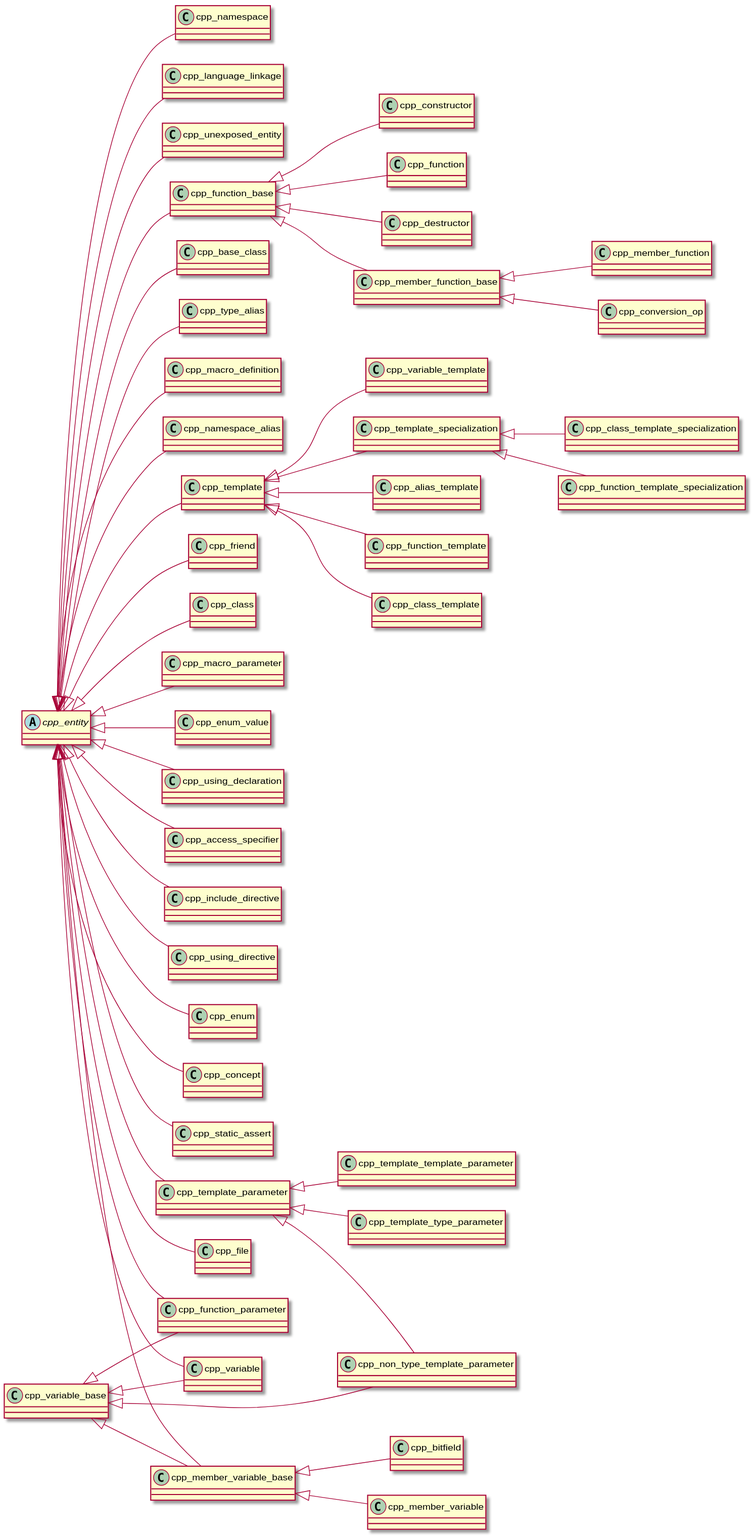
Above: cppast/puml/cpp_entity_class_hierarchy_diagram.svg in bkryza/clang-uml-examples (PlantUML), before the change.
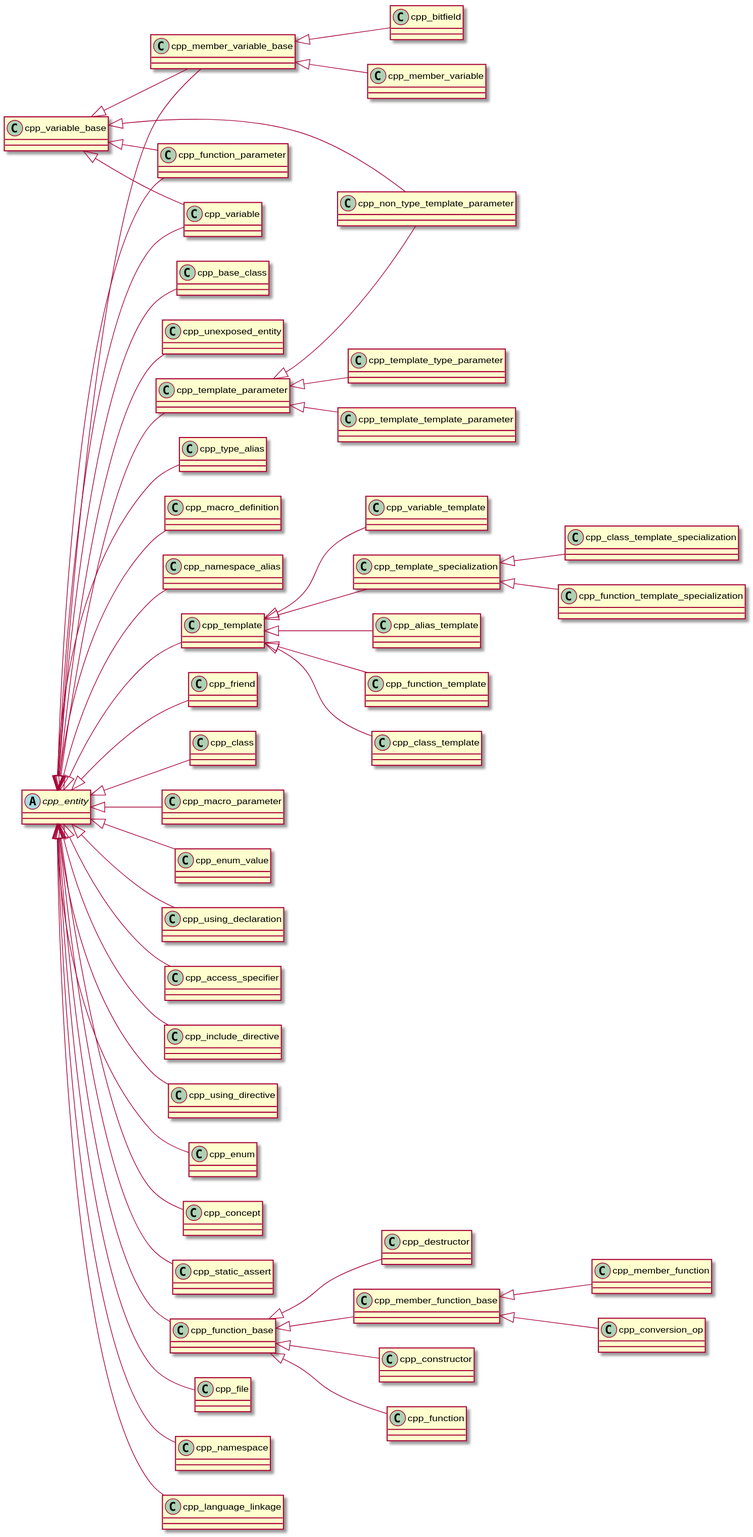
Above is the later version.

Diff of the diagram source:
```diff
@@ -1,13 +1,31 @@
 @startuml
 left to right direction
+abstract "cpp_entity" as C_0001854695372332280903
+abstract C_0001854695372332280903 [[https://github.com/foonathan/cppast/blob/f00df6675d87c6983033d270728c57a55cd3db22/include/cppast/cpp_entity.hpp#L47{cpp_entity}]] {
+}
+class "cpp_unexposed_entity" as C_0001449857709503654826
+class C_0001449857709503654826 [[https://github.com/foonathan/cppast/blob/f00df6675d87c6983033d270728c57a55cd3db22/include/cppast/cpp_entity.hpp#L187{cpp_unexposed_entity}]] {
+}
+class "cpp_variable_base" as C_0000184600132526931259
+class C_0000184600132526931259 [[https://github.com/foonathan/cppast/blob/f00df6675d87c6983033d270728c57a55cd3db22/include/cppast/cpp_variable_base.hpp#L16{cpp_variable_base}]] {
+}
+class "cpp_template_parameter" as C_0001158442798649543268
+class C_0001158442798649543268 [[https://github.com/foonathan/cppast/blob/f00df6675d87c6983033d270728c57a55cd3db22/include/cppast/cpp_template_parameter.hpp#L17{cpp_template_parameter}]] {
+}
+class "cpp_template_type_parameter" as C_0001672854013158225149
+class C_0001672854013158225149 [[https://github.com/foonathan/cppast/blob/f00df6675d87c6983033d270728c57a55cd3db22/include/cppast/cpp_template_parameter.hpp#L47{cpp_template_type_parameter}]] {
+}
+class "cpp_non_type_template_parameter" as C_0001461284658212381765
+class C_0001461284658212381765 [[https://github.com/foonathan/cppast/blob/f00df6675d87c6983033d270728c57a55cd3db22/include/cppast/cpp_template_parameter.hpp#L137{cpp_non_type_template_parameter}]] {
+}
+class "cpp_template_template_parameter" as C_0000753898560016921202
+class C_0000753898560016921202 [[https://github.com/foonathan/cppast/blob/f00df6675d87c6983033d270728c57a55cd3db22/include/cppast/cpp_template_parameter.hpp#L173{cpp_template_template_parameter}]] {
+}
 class "cpp_template" as C_0000007122300671081288
 class C_0000007122300671081288 [[https://github.com/foonathan/cppast/blob/f00df6675d87c6983033d270728c57a55cd3db22/include/cppast/cppast_fwd.hpp#L61{cpp_template}]] {
 }
 class "cpp_constructor" as C_0000093026110207222749
 class C_0000093026110207222749 [[https://github.com/foonathan/cppast/blob/f00df6675d87c6983033d270728c57a55cd3db22/include/cppast/cppast_fwd.hpp#L24{cpp_constructor}]] {
-}
-class "cpp_variable_base" as C_0000184600132526931259
-class C_0000184600132526931259 [[https://github.com/foonathan/cppast/blob/f00df6675d87c6983033d270728c57a55cd3db22/include/cppast/cppast_fwd.hpp#L79{cpp_variable_base}]] {
 }
 class "cpp_member_function" as C_0000204784596342006018
 class C_0000204784596342006018 [[https://github.com/foonathan/cppast/blob/f00df6675d87c6983033d270728c57a55cd3db22/include/cppast/cppast_fwd.hpp#L50{cpp_member_function}]] {
@@ -42,9 +60,6 @@
 class "cpp_include_directive" as C_0000710886303767961620
 class C_0000710886303767961620 [[https://github.com/foonathan/cppast/blob/f00df6675d87c6983033d270728c57a55cd3db22/include/cppast/cppast_fwd.hpp#L45{cpp_include_directive}]] {
 }
-class "cpp_template_template_parameter" as C_0000753898560016921202
-class C_0000753898560016921202 [[https://github.com/foonathan/cppast/blob/f00df6675d87c6983033d270728c57a55cd3db22/include/cppast/cppast_fwd.hpp#L67{cpp_template_template_parameter}]] {
-}
 class "cpp_using_directive" as C_0000884493087412892762
 class C_0000884493087412892762 [[https://github.com/foonathan/cppast/blob/f00df6675d87c6983033d270728c57a55cd3db22/include/cppast/cppast_fwd.hpp#L77{cpp_using_directive}]] {
 }
@@ -66,9 +81,6 @@
 class "cpp_bitfield" as C_0001142080746427367264
 class C_0001142080746427367264 [[https://github.com/foonathan/cppast/blob/f00df6675d87c6983033d270728c57a55cd3db22/include/cppast/cppast_fwd.hpp#L18{cpp_bitfield}]] {
 }
-class "cpp_template_parameter" as C_0001158442798649543268
-class C_0001158442798649543268 [[https://github.com/foonathan/cppast/blob/f00df6675d87c6983033d270728c57a55cd3db22/include/cppast/cppast_fwd.hpp#L64{cpp_template_parameter}]] {
-}
 class "cpp_function_base" as C_0001223070325447825853
 class C_0001223070325447825853 [[https://github.com/foonathan/cppast/blob/f00df6675d87c6983033d270728c57a55cd3db22/include/cppast/cppast_fwd.hpp#L40{cpp_function_base}]] {
 }
@@ -87,14 +99,8 @@
 class "cpp_language_linkage" as C_0001368865032388034918
 class C_0001368865032388034918 [[https://github.com/foonathan/cppast/blob/f00df6675d87c6983033d270728c57a55cd3db22/include/cppast/cppast_fwd.hpp#L46{cpp_language_linkage}]] {
 }
-class "cpp_unexposed_entity" as C_0001449857709503654826
-class C_0001449857709503654826 [[https://github.com/foonathan/cppast/blob/f00df6675d87c6983033d270728c57a55cd3db22/include/cppast/cppast_fwd.hpp#L72{cpp_unexposed_entity}]] {
-}
 class "cpp_function_template" as C_0001450758198445278335
 class C_0001450758198445278335 [[https://github.com/foonathan/cppast/blob/f00df6675d87c6983033d270728c57a55cd3db22/include/cppast/cppast_fwd.hpp#L42{cpp_function_template}]] {
-}
-class "cpp_non_type_template_parameter" as C_0001461284658212381765
-class C_0001461284658212381765 [[https://github.com/foonathan/cppast/blob/f00df6675d87c6983033d270728c57a55cd3db22/include/cppast/cppast_fwd.hpp#L56{cpp_non_type_template_parameter}]] {
 }
 class "cpp_base_class" as C_0001513295345096619386
 class C_0001513295345096619386 [[https://github.com/foonathan/cppast/blob/f00df6675d87c6983033d270728c57a55cd3db22/include/cppast/cppast_fwd.hpp#L17{cpp_base_class}]] {
@@ -108,9 +114,6 @@
 class "cpp_macro_definition" as C_0001660861710076468858
 class C_0001660861710076468858 [[https://github.com/foonathan/cppast/blob/f00df6675d87c6983033d270728c57a55cd3db22/include/cppast/cppast_fwd.hpp#L48{cpp_macro_definition}]] {
 }
-class "cpp_template_type_parameter" as C_0001672854013158225149
-class C_0001672854013158225149 [[https://github.com/foonathan/cppast/blob/f00df6675d87c6983033d270728c57a55cd3db22/include/cppast/cppast_fwd.hpp#L68{cpp_template_type_parameter}]] {
-}
 class "cpp_variable" as C_0001714681292788161746
 class C_0001714681292788161746 [[https://github.com/foonathan/cppast/blob/f00df6675d87c6983033d270728c57a55cd3db22/include/cppast/cppast_fwd.hpp#L78{cpp_variable}]] {
 }
@@ -123,9 +126,6 @@
 class "cpp_member_function_base" as C_0001783488486496950492
 class C_0001783488486496950492 [[https://github.com/foonathan/cppast/blob/f00df6675d87c6983033d270728c57a55cd3db22/include/cppast/cppast_fwd.hpp#L51{cpp_member_function_base}]] {
 }
-abstract "cpp_entity" as C_0001854695372332280903
-abstract C_0001854695372332280903 [[https://github.com/foonathan/cppast/blob/f00df6675d87c6983033d270728c57a55cd3db22/include/cppast/cppast_fwd.hpp#L31{cpp_entity}]] {
-}
 class "cpp_function_template_specialization" as C_0001912174880347917630
 class C_0001912174880347917630 [[https://github.com/foonathan/cppast/blob/f00df6675d87c6983033d270728c57a55cd3db22/include/cppast/cppast_fwd.hpp#L43{cpp_function_template_specialization}]] {
 }
@@ -135,6 +135,12 @@
 class "cpp_namespace_alias" as C_0000173412889635012893
 class C_0000173412889635012893 [[https://github.com/foonathan/cppast/blob/f00df6675d87c6983033d270728c57a55cd3db22/include/cppast/cpp_namespace.hpp#L102{cpp_namespace_alias}]] {
 }
+C_0001854695372332280903 <|-- C_0001449857709503654826
+C_0001854695372332280903 <|-- C_0001158442798649543268
+C_0001158442798649543268 <|-- C_0001672854013158225149
+C_0001158442798649543268 <|-- C_0001461284658212381765
+C_0000184600132526931259 <|-- C_0001461284658212381765
+C_0001158442798649543268 <|-- C_0000753898560016921202
 C_0001854695372332280903 <|-- C_0000007122300671081288
 C_0001223070325447825853 <|-- C_0000093026110207222749
 C_0001783488486496950492 <|-- C_0000204784596342006018
@@ -148,7 +154,6 @@
 C_0001854695372332280903 <|-- C_0000609158070514656735
 C_0001854695372332280903 <|-- C_0000706843607037461153
 C_0001854695372332280903 <|-- C_0000710886303767961620
-C_0001158442798649543268 <|-- C_0000753898560016921202
 C_0001854695372332280903 <|-- C_0000884493087412892762
 C_0001854695372332280903 <|-- C_0000914084519342392608
 C_0000007122300671081288 <|-- C_0000949738581869538757
@@ -156,7 +161,6 @@
 C_0001223070325447825853 <|-- C_0001029800296375209800
 C_0001854695372332280903 <|-- C_0001035636844572508781
 C_0001290905484738066347 <|-- C_0001142080746427367264
-C_0001854695372332280903 <|-- C_0001158442798649543268
 C_0001854695372332280903 <|-- C_0001223070325447825853
 C_0001854695372332280903 <|-- C_0001248593507051490272
 C_0001854695372332280903 <|-- C_0001290905484738066347
@@ -165,15 +169,11 @@
 C_0001854695372332280903 <|-- C_0001352597003719961343
 C_0000184600132526931259 <|-- C_0001352597003719961343
 C_0001854695372332280903 <|-- C_0001368865032388034918
-C_0001854695372332280903 <|-- C_0001449857709503654826
 C_0000007122300671081288 <|-- C_0001450758198445278335
-C_0001158442798649543268 <|-- C_0001461284658212381765
-C_0000184600132526931259 <|-- C_0001461284658212381765
 C_0001854695372332280903 <|-- C_0001513295345096619386
 C_0001223070325447825853 <|-- C_0001522207092676876515
 C_0001854695372332280903 <|-- C_0001652684387667767114
 C_0001854695372332280903 <|-- C_0001660861710076468858
-C_0001158442798649543268 <|-- C_0001672854013158225149
 C_0001854695372332280903 <|-- C_0001714681292788161746
 C_0000184600132526931259 <|-- C_0001714681292788161746
 C_0001783488486496950492 <|-- C_0001746973142219232442
```
